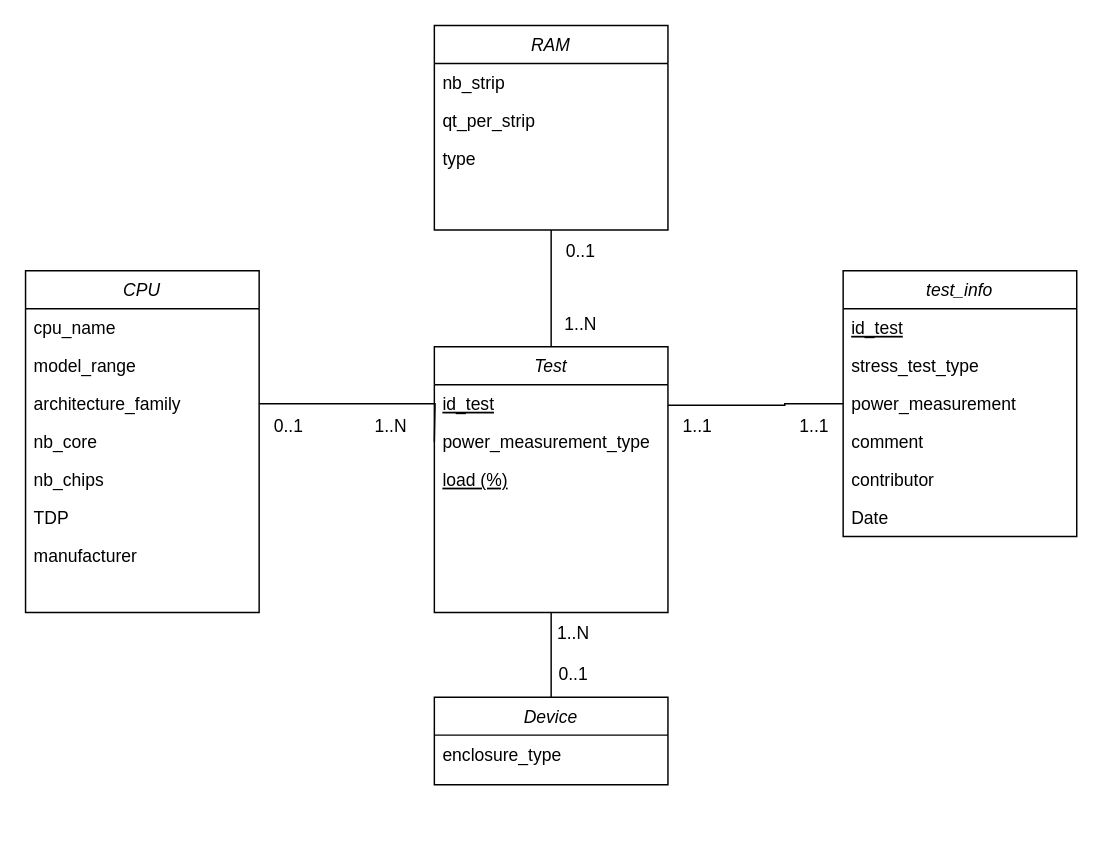
The draw.io diagram Untitled Diagram.drawio in Boavizta/Energizta, before the edit. Source tidied: cells renumbered, new cells numbered last; positions are measured from the earlier drawing's top-left corner, leaving out a move shared by most shapes. Both pictures are drawn from the tidied source at 146%, with x=0, y=0 at pixel (25, 25).
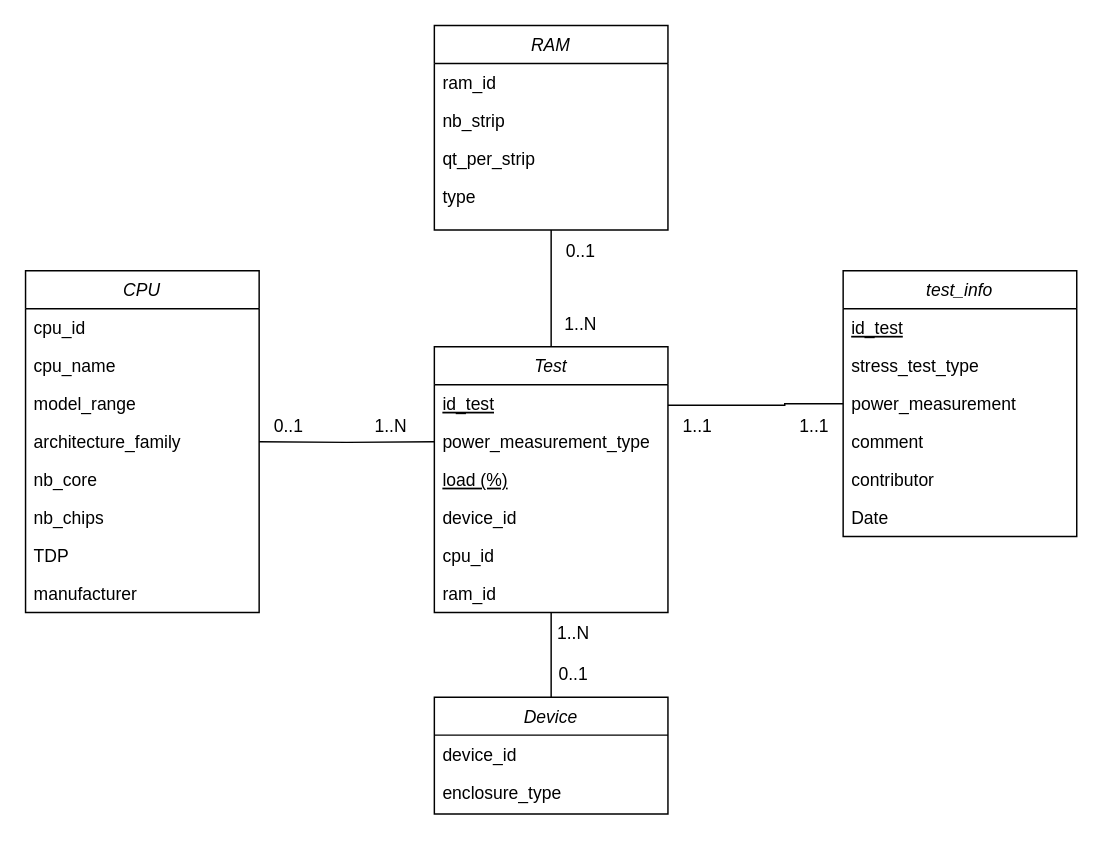
After the change.

The change refers to these unchanged cells:
```xml
<mxCell id="4" value="Test" style="swimlane;fontStyle=2;align=center;verticalAlign=top;horizontal=1;startSize=26;rounded=0;shadow=0;strokeWidth=1;" parent="1" vertex="1">
  <mxGeometry x="280" y="220" width="160" height="182" as="geometry" />
</mxCell>
<mxCell id="15" value="CPU" style="swimlane;fontStyle=2;align=center;verticalAlign=top;horizontal=1;startSize=26;rounded=0;shadow=0;strokeWidth=1;" parent="1" vertex="1">
  <mxGeometry y="168" width="160" height="234" as="geometry" />
</mxCell>
<mxCell id="23" value="RAM" style="swimlane;fontStyle=2;align=center;verticalAlign=top;horizontal=1;startSize=26;rounded=0;shadow=0;strokeWidth=1;" parent="1" vertex="1">
  <mxGeometry x="280" width="160" height="140" as="geometry" />
</mxCell>
```

Change to the diagram source:
```diff
@@
+    <mxCell id="39" value="device_id" style="text;align=left;verticalAlign=top;spacingLeft=4;spacingRight=4;overflow=hidden;fontStyle=0;" parent="4" vertex="1">
+      <mxGeometry y="104" width="160" height="26" as="geometry" />
+    </mxCell>
+    <mxCell id="40" value="cpu_id" style="text;align=left;verticalAlign=top;spacingLeft=4;spacingRight=4;overflow=hidden;fontStyle=0;" parent="4" vertex="1">
+      <mxGeometry y="130" width="160" height="26" as="geometry" />
+    </mxCell>
+    <mxCell id="41" value="ram_id" style="text;align=left;verticalAlign=top;spacingLeft=4;spacingRight=4;overflow=hidden;fontStyle=0;" parent="4" vertex="1">
+      <mxGeometry y="156" width="160" height="26" as="geometry" />
+    </mxCell>
@@
+    <mxCell id="42" value="cpu_id" style="text;align=left;verticalAlign=top;spacingLeft=4;spacingRight=4;overflow=hidden;fontStyle=0;" parent="15" vertex="1">
+      <mxGeometry y="26" width="160" height="26" as="geometry" />
+    </mxCell>
     <mxCell id="16" value="cpu_name" style="text;align=left;verticalAlign=top;spacingLeft=4;spacingRight=4;overflow=hidden;fontStyle=0;" parent="15" vertex="1">
-      <mxGeometry y="26" width="160" height="26" as="geometry" />
+      <mxGeometry y="52" width="160" height="26" as="geometry" />
     </mxCell>
     <mxCell id="17" value="model_range" style="text;align=left;verticalAlign=top;spacingLeft=4;spacingRight=4;overflow=hidden;fontStyle=0;" parent="15" vertex="1">
-      <mxGeometry y="52" width="160" height="26" as="geometry" />
+      <mxGeometry y="78" width="160" height="26" as="geometry" />
     </mxCell>
     <mxCell id="18" value="architecture_family" style="text;align=left;verticalAlign=top;spacingLeft=4;spacingRight=4;overflow=hidden;points=[[0,0.5],[1,0.5]];portConstraint=eastwest;fontStyle=0;" parent="15" vertex="1">
-      <mxGeometry y="78" width="160" height="26" as="geometry" />
+      <mxGeometry y="104" width="160" height="26" as="geometry" />
     </mxCell>
     <mxCell id="19" value="nb_core" style="text;align=left;verticalAlign=top;spacingLeft=4;spacingRight=4;overflow=hidden;fontStyle=0;" parent="15" vertex="1">
-      <mxGeometry y="104" width="160" height="26" as="geometry" />
+      <mxGeometry y="130" width="160" height="26" as="geometry" />
     </mxCell>
     <mxCell id="20" value="nb_chips" style="text;align=left;verticalAlign=top;spacingLeft=4;spacingRight=4;overflow=hidden;fontStyle=0;" parent="15" vertex="1">
-      <mxGeometry y="130" width="160" height="26" as="geometry" />
+      <mxGeometry y="156" width="160" height="26" as="geometry" />
     </mxCell>
     <mxCell id="21" value="TDP" style="text;align=left;verticalAlign=top;spacingLeft=4;spacingRight=4;overflow=hidden;fontStyle=0;" parent="15" vertex="1">
-      <mxGeometry y="156" width="160" height="26" as="geometry" />
+      <mxGeometry y="182" width="160" height="26" as="geometry" />
     </mxCell>
     <mxCell id="22" value="manufacturer" style="text;align=left;verticalAlign=top;spacingLeft=4;spacingRight=4;overflow=hidden;fontStyle=0;" parent="15" vertex="1">
-      <mxGeometry y="182" width="160" height="26" as="geometry" />
+      <mxGeometry y="208" width="160" height="26" as="geometry" />
     </mxCell>
@@
+    <mxCell id="43" value="ram_id" style="text;align=left;verticalAlign=top;spacingLeft=4;spacingRight=4;overflow=hidden;fontStyle=0;" parent="23" vertex="1">
+      <mxGeometry y="26" width="160" height="26" as="geometry" />
+    </mxCell>
     <mxCell id="24" value="nb_strip" style="text;align=left;verticalAlign=top;spacingLeft=4;spacingRight=4;overflow=hidden;fontStyle=0;" parent="23" vertex="1">
-      <mxGeometry y="26" width="160" height="26" as="geometry" />
+      <mxGeometry y="52" width="160" height="26" as="geometry" />
     </mxCell>
     <mxCell id="25" value="qt_per_strip" style="text;align=left;verticalAlign=top;spacingLeft=4;spacingRight=4;overflow=hidden;fontStyle=0;" parent="23" vertex="1">
-      <mxGeometry y="52" width="160" height="26" as="geometry" />
+      <mxGeometry y="78" width="160" height="26" as="geometry" />
     </mxCell>
     <mxCell id="26" value="type" style="text;align=left;verticalAlign=top;spacingLeft=4;spacingRight=4;overflow=hidden;fontStyle=0;" parent="23" vertex="1">
-      <mxGeometry y="78" width="160" height="26" as="geometry" />
+      <mxGeometry y="104" width="160" height="26" as="geometry" />
     </mxCell>
@@
     <mxCell id="29" value="Device" style="swimlane;fontStyle=2;align=center;verticalAlign=top;horizontal=1;startSize=26;rounded=0;shadow=0;strokeWidth=1;" parent="1" vertex="1">
-      <mxGeometry x="280" y="460" width="160" height="60" as="geometry" />
+      <mxGeometry x="280" y="460" width="160" height="80" as="geometry" />
     </mxCell>
+    <mxCell id="44" value="device_id" style="text;align=left;verticalAlign=top;spacingLeft=4;spacingRight=4;overflow=hidden;fontStyle=0;" parent="29" vertex="1">
+      <mxGeometry y="26" width="160" height="26" as="geometry" />
+    </mxCell>
     <mxCell id="30" value="enclosure_type" style="text;align=left;verticalAlign=top;spacingLeft=4;spacingRight=4;overflow=hidden;fontStyle=0;" parent="29" vertex="1">
-      <mxGeometry y="26" width="160" height="28" as="geometry" />
+      <mxGeometry y="52" width="160" height="28" as="geometry" />
     </mxCell>
```
